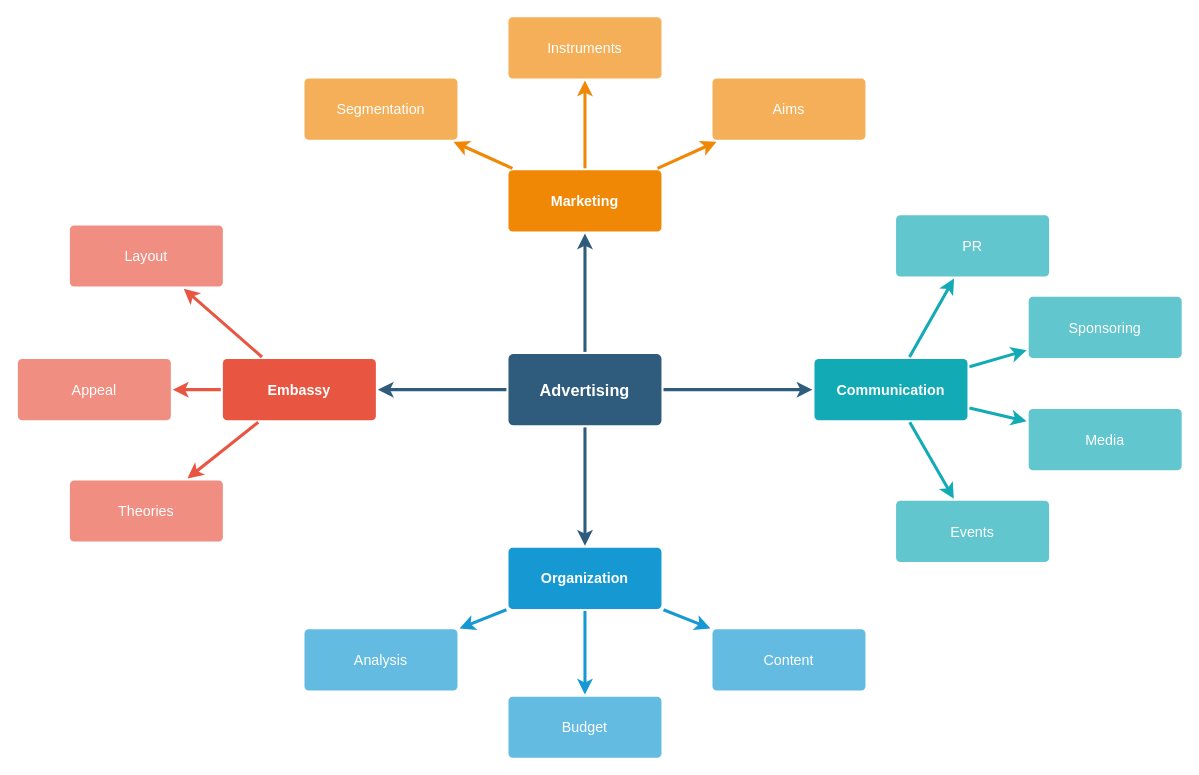
Before: ComiCoin.drawio in AnatoliyPetukh/Lessons, a draw.io diagram. Source tidied: cells renumbered, new cells numbered last; positions are measured from the earlier drawing's top-left corner, leaving out a move shared by most shapes. Both pictures are drawn from the tidied source at 102%, with x=0, y=0 at pixel (17, 16).
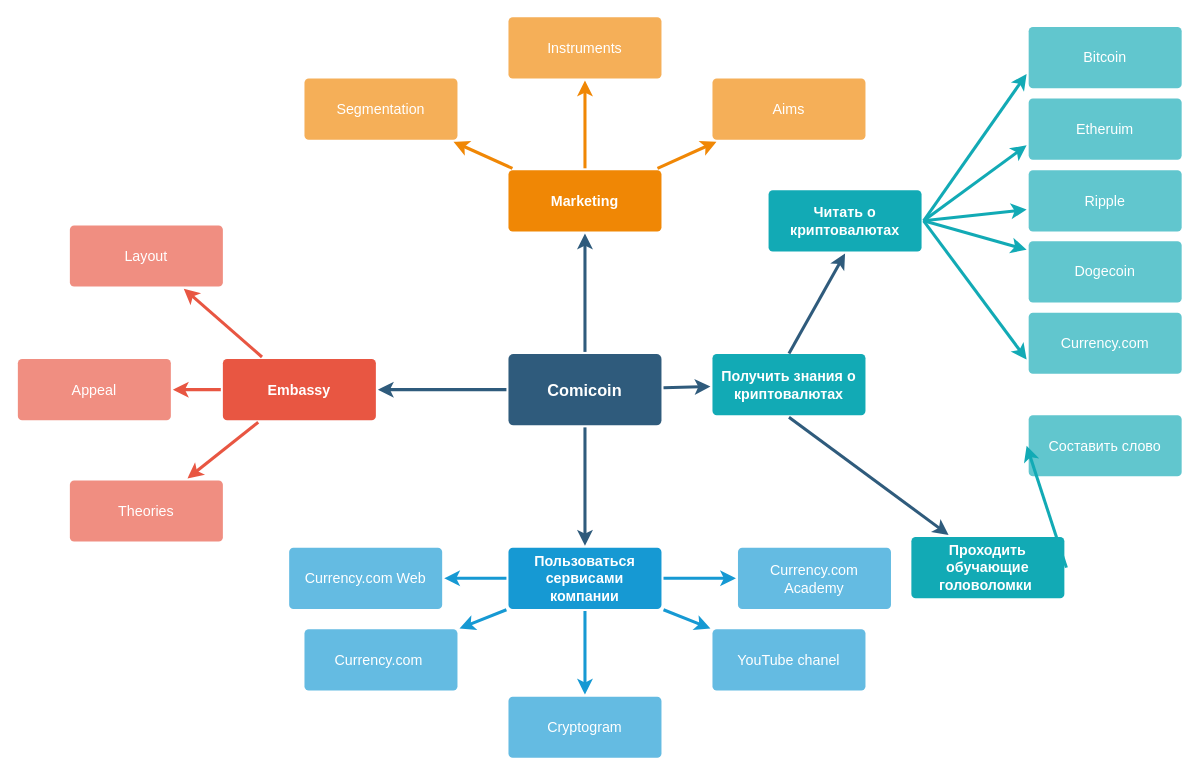
After the change.

What changed in the source:
```diff
@@
-    <mxCell id="6" value="Advertising" style="rounded=1;whiteSpace=wrap;html=1;shadow=0;labelBackgroundColor=none;strokeColor=none;strokeWidth=3;fillColor=#2F5B7C;fontFamily=Helvetica;fontSize=16;fontColor=#FFFFFF;align=center;fontStyle=1;spacing=5;arcSize=7;perimeterSpacing=2;" parent="1" vertex="1">
+    <mxCell id="6" value="Comicoin" style="rounded=1;whiteSpace=wrap;html=1;shadow=0;labelBackgroundColor=none;strokeColor=none;strokeWidth=3;fillColor=#2F5B7C;fontFamily=Helvetica;fontSize=16;fontColor=#FFFFFF;align=center;fontStyle=1;spacing=5;arcSize=7;perimeterSpacing=2;" parent="1" vertex="1">
       <mxGeometry x="481" y="330.5" width="150" height="70" as="geometry" />
     </mxCell>
@@
-    <mxCell id="17" value="Organization" style="rounded=1;whiteSpace=wrap;html=1;shadow=0;labelBackgroundColor=none;strokeColor=none;strokeWidth=3;fillColor=#1699d3;fontFamily=Helvetica;fontSize=14;fontColor=#FFFFFF;align=center;spacing=5;fontStyle=1;arcSize=7;perimeterSpacing=2;" parent="1" vertex="1">
+    <mxCell id="17" value="Пользоваться сервисами компании" style="rounded=1;whiteSpace=wrap;html=1;shadow=0;labelBackgroundColor=none;strokeColor=none;strokeWidth=3;fillColor=#1699d3;fontFamily=Helvetica;fontSize=14;fontColor=#FFFFFF;align=center;spacing=5;fontStyle=1;arcSize=7;perimeterSpacing=2;" parent="1" vertex="1">
       <mxGeometry x="481" y="520.5" width="150" height="60" as="geometry" />
     </mxCell>
-    <mxCell id="18" value="Content" style="rounded=1;whiteSpace=wrap;html=1;shadow=0;labelBackgroundColor=none;strokeColor=none;strokeWidth=3;fillColor=#64bbe2;fontFamily=Helvetica;fontSize=14;fontColor=#FFFFFF;align=center;spacing=5;arcSize=7;perimeterSpacing=2;" parent="1" vertex="1">
+    <mxCell id="18" value="YouTube chanel" style="rounded=1;whiteSpace=wrap;html=1;shadow=0;labelBackgroundColor=none;strokeColor=none;strokeWidth=3;fillColor=#64bbe2;fontFamily=Helvetica;fontSize=14;fontColor=#FFFFFF;align=center;spacing=5;arcSize=7;perimeterSpacing=2;" parent="1" vertex="1">
       <mxGeometry x="681" y="600.5" width="150" height="60" as="geometry" />
     </mxCell>
-    <mxCell id="19" value="Budget" style="rounded=1;whiteSpace=wrap;html=1;shadow=0;labelBackgroundColor=none;strokeColor=none;strokeWidth=3;fillColor=#64bbe2;fontFamily=Helvetica;fontSize=14;fontColor=#FFFFFF;align=center;spacing=5;arcSize=7;perimeterSpacing=2;" parent="1" vertex="1">
+    <mxCell id="19" value="Cryptogram" style="rounded=1;whiteSpace=wrap;html=1;shadow=0;labelBackgroundColor=none;strokeColor=none;strokeWidth=3;fillColor=#64bbe2;fontFamily=Helvetica;fontSize=14;fontColor=#FFFFFF;align=center;spacing=5;arcSize=7;perimeterSpacing=2;" parent="1" vertex="1">
       <mxGeometry x="481" y="666.5" width="150" height="60" as="geometry" />
     </mxCell>
-    <mxCell id="20" value="Analysis" style="rounded=1;whiteSpace=wrap;html=1;shadow=0;labelBackgroundColor=none;strokeColor=none;strokeWidth=3;fillColor=#64bbe2;fontFamily=Helvetica;fontSize=14;fontColor=#FFFFFF;align=center;spacing=5;arcSize=7;perimeterSpacing=2;" parent="1" vertex="1">
+    <mxCell id="20" value="Currency.com&amp;nbsp;" style="rounded=1;whiteSpace=wrap;html=1;shadow=0;labelBackgroundColor=none;strokeColor=none;strokeWidth=3;fillColor=#64bbe2;fontFamily=Helvetica;fontSize=14;fontColor=#FFFFFF;align=center;spacing=5;arcSize=7;perimeterSpacing=2;" parent="1" vertex="1">
       <mxGeometry x="281" y="600.5" width="150" height="60" as="geometry" />
     </mxCell>
@@
-    <mxCell id="28" value="Communication" style="rounded=1;whiteSpace=wrap;html=1;shadow=0;labelBackgroundColor=none;strokeColor=none;strokeWidth=3;fillColor=#12aab5;fontFamily=Helvetica;fontSize=14;fontColor=#FFFFFF;align=center;spacing=5;fontStyle=1;arcSize=7;perimeterSpacing=2;" parent="1" vertex="1">
-      <mxGeometry x="781" y="335.5" width="150" height="60" as="geometry" />
+    <mxCell id="28" value="Получить знания о криптовалютах" style="rounded=1;whiteSpace=wrap;html=1;shadow=0;labelBackgroundColor=none;strokeColor=none;strokeWidth=3;fillColor=#12aab5;fontFamily=Helvetica;fontSize=14;fontColor=#FFFFFF;align=center;spacing=5;fontStyle=1;arcSize=7;perimeterSpacing=2;" parent="1" vertex="1">
+      <mxGeometry x="681" y="330.5" width="150" height="60" as="geometry" />
     </mxCell>
-    <mxCell id="29" value="Events" style="rounded=1;whiteSpace=wrap;html=1;shadow=0;labelBackgroundColor=none;strokeColor=none;strokeWidth=3;fillColor=#61c6ce;fontFamily=Helvetica;fontSize=14;fontColor=#FFFFFF;align=center;spacing=5;fontStyle=0;arcSize=7;perimeterSpacing=2;" parent="1" vertex="1">
-      <mxGeometry x="861" y="474.5" width="150" height="60" as="geometry" />
+    <mxCell id="29" value="Dogecoin" style="rounded=1;whiteSpace=wrap;html=1;shadow=0;labelBackgroundColor=none;strokeColor=none;strokeWidth=3;fillColor=#61c6ce;fontFamily=Helvetica;fontSize=14;fontColor=#FFFFFF;align=center;spacing=5;fontStyle=0;arcSize=7;perimeterSpacing=2;" parent="1" vertex="1">
+      <mxGeometry x="991" y="220" width="150" height="60" as="geometry" />
     </mxCell>
-    <mxCell id="30" style="edgeStyle=none;rounded=1;jumpStyle=none;html=1;shadow=0;labelBackgroundColor=none;startArrow=none;startFill=0;jettySize=auto;strokeColor=#12AAB5;strokeWidth=3;fontFamily=Helvetica;fontSize=14;fontColor=#FFFFFF;spacing=5;fontStyle=1;fillColor=#b0e3e6;" parent="1" edge="1" source="28" target="29">
+    <mxCell id="30" style="edgeStyle=none;rounded=1;jumpStyle=none;html=1;shadow=0;labelBackgroundColor=none;startArrow=none;startFill=0;jettySize=auto;strokeColor=#12AAB5;strokeWidth=3;fontFamily=Helvetica;fontSize=14;fontColor=#FFFFFF;spacing=5;fontStyle=1;fillColor=#b0e3e6;exitX=1;exitY=0.5;exitDx=0;exitDy=0;" parent="1" edge="1" source="42" target="29">
       <mxGeometry relative="1" as="geometry" />
     </mxCell>
-    <mxCell id="31" value="Media" style="rounded=1;whiteSpace=wrap;html=1;shadow=0;labelBackgroundColor=none;strokeColor=none;strokeWidth=3;fillColor=#61c6ce;fontFamily=Helvetica;fontSize=14;fontColor=#FFFFFF;align=center;spacing=5;fontStyle=0;arcSize=7;perimeterSpacing=2;" parent="1" vertex="1">
-      <mxGeometry x="991" y="384.5" width="150" height="60" as="geometry" />
+    <mxCell id="31" value="Ripple" style="rounded=1;whiteSpace=wrap;html=1;shadow=0;labelBackgroundColor=none;strokeColor=none;strokeWidth=3;fillColor=#61c6ce;fontFamily=Helvetica;fontSize=14;fontColor=#FFFFFF;align=center;spacing=5;fontStyle=0;arcSize=7;perimeterSpacing=2;" parent="1" vertex="1">
+      <mxGeometry x="991" y="150.5" width="150" height="60" as="geometry" />
     </mxCell>
-    <mxCell id="32" style="edgeStyle=none;rounded=1;jumpStyle=none;html=1;shadow=0;labelBackgroundColor=none;startArrow=none;startFill=0;jettySize=auto;strokeColor=#12AAB5;strokeWidth=3;fontFamily=Helvetica;fontSize=14;fontColor=#FFFFFF;spacing=5;fontStyle=1;fillColor=#b0e3e6;" parent="1" edge="1" source="28" target="31">
+    <mxCell id="32" style="edgeStyle=none;rounded=1;jumpStyle=none;html=1;shadow=0;labelBackgroundColor=none;startArrow=none;startFill=0;jettySize=auto;strokeColor=#12AAB5;strokeWidth=3;fontFamily=Helvetica;fontSize=14;fontColor=#FFFFFF;spacing=5;fontStyle=1;fillColor=#b0e3e6;exitX=1;exitY=0.5;exitDx=0;exitDy=0;" parent="1" edge="1" source="42" target="31">
       <mxGeometry relative="1" as="geometry" />
     </mxCell>
-    <mxCell id="33" value="Sponsoring" style="rounded=1;whiteSpace=wrap;html=1;shadow=0;labelBackgroundColor=none;strokeColor=none;strokeWidth=3;fillColor=#61c6ce;fontFamily=Helvetica;fontSize=14;fontColor=#FFFFFF;align=center;spacing=5;fontStyle=0;arcSize=7;perimeterSpacing=2;" parent="1" vertex="1">
-      <mxGeometry x="991" y="274.5" width="150" height="60" as="geometry" />
+    <mxCell id="33" value="Etheruim" style="rounded=1;whiteSpace=wrap;html=1;shadow=0;labelBackgroundColor=none;strokeColor=none;strokeWidth=3;fillColor=#61c6ce;fontFamily=Helvetica;fontSize=14;fontColor=#FFFFFF;align=center;spacing=5;fontStyle=0;arcSize=7;perimeterSpacing=2;" parent="1" vertex="1">
+      <mxGeometry x="991" y="80" width="150" height="60" as="geometry" />
     </mxCell>
-    <mxCell id="34" style="edgeStyle=none;rounded=1;jumpStyle=none;html=1;shadow=0;labelBackgroundColor=none;startArrow=none;startFill=0;jettySize=auto;strokeColor=#12AAB5;strokeWidth=3;fontFamily=Helvetica;fontSize=14;fontColor=#FFFFFF;spacing=5;fontStyle=1;fillColor=#b0e3e6;" parent="1" edge="1" source="28" target="33">
+    <mxCell id="34" style="edgeStyle=none;rounded=1;jumpStyle=none;html=1;shadow=0;labelBackgroundColor=none;startArrow=none;startFill=0;jettySize=auto;strokeColor=#12AAB5;strokeWidth=3;fontFamily=Helvetica;fontSize=14;fontColor=#FFFFFF;spacing=5;fontStyle=1;fillColor=#b0e3e6;entryX=0;entryY=0.75;entryDx=0;entryDy=0;exitX=1;exitY=0.5;exitDx=0;exitDy=0;" parent="1" edge="1" source="42" target="33">
       <mxGeometry relative="1" as="geometry" />
     </mxCell>
-    <mxCell id="35" value="PR" style="rounded=1;whiteSpace=wrap;html=1;shadow=0;labelBackgroundColor=none;strokeColor=none;strokeWidth=3;fillColor=#61c6ce;fontFamily=Helvetica;fontSize=14;fontColor=#FFFFFF;align=center;spacing=5;fontStyle=0;arcSize=7;perimeterSpacing=2;" parent="1" vertex="1">
-      <mxGeometry x="861" y="194.5" width="150" height="60" as="geometry" />
+    <mxCell id="35" value="Bitcoin" style="rounded=1;whiteSpace=wrap;html=1;shadow=0;labelBackgroundColor=none;strokeColor=none;strokeWidth=3;fillColor=#61c6ce;fontFamily=Helvetica;fontSize=14;fontColor=#FFFFFF;align=center;spacing=5;fontStyle=0;arcSize=7;perimeterSpacing=2;" parent="1" vertex="1">
+      <mxGeometry x="991" y="10" width="150" height="60" as="geometry" />
     </mxCell>
-    <mxCell id="36" style="edgeStyle=none;rounded=1;jumpStyle=none;html=1;shadow=0;labelBackgroundColor=none;startArrow=none;startFill=0;jettySize=auto;strokeColor=#12AAB5;strokeWidth=3;fontFamily=Helvetica;fontSize=14;fontColor=#FFFFFF;spacing=5;fontStyle=1;fillColor=#b0e3e6;" parent="1" edge="1" source="28" target="35">
+    <mxCell id="36" style="edgeStyle=none;rounded=1;jumpStyle=none;html=1;shadow=0;labelBackgroundColor=none;startArrow=none;startFill=0;jettySize=auto;strokeColor=#12AAB5;strokeWidth=3;fontFamily=Helvetica;fontSize=14;fontColor=#FFFFFF;spacing=5;fontStyle=1;fillColor=#b0e3e6;exitX=1;exitY=0.5;exitDx=0;exitDy=0;entryX=0;entryY=0.75;entryDx=0;entryDy=0;" parent="1" edge="1" source="42" target="35">
       <mxGeometry relative="1" as="geometry" />
     </mxCell>
+    <mxCell id="37" value="Currency.com" style="rounded=1;whiteSpace=wrap;html=1;shadow=0;labelBackgroundColor=none;strokeColor=none;strokeWidth=3;fillColor=#61c6ce;fontFamily=Helvetica;fontSize=14;fontColor=#FFFFFF;align=center;spacing=5;fontStyle=0;arcSize=7;perimeterSpacing=2;" parent="1" vertex="1">
+      <mxGeometry x="991" y="290" width="150" height="60" as="geometry" />
+    </mxCell>
+    <mxCell id="38" style="rounded=1;jumpStyle=none;html=1;shadow=0;labelBackgroundColor=none;startArrow=none;startFill=0;jettySize=auto;strokeColor=#12AAB5;strokeWidth=3;fontFamily=Helvetica;fontSize=14;fontColor=#FFFFFF;spacing=5;fontStyle=1;fillColor=#b0e3e6;entryX=0;entryY=0.75;entryDx=0;entryDy=0;exitX=1;exitY=0.5;exitDx=0;exitDy=0;" parent="1" edge="1" source="42" target="37">
+      <mxGeometry relative="1" as="geometry" />
+    </mxCell>
+    <mxCell id="39" style="edgeStyle=none;rounded=0;jumpStyle=none;html=1;shadow=0;labelBackgroundColor=none;startArrow=none;startFill=0;endArrow=classic;endFill=1;jettySize=auto;strokeColor=#2F5B7C;strokeWidth=3;fontFamily=Helvetica;fontSize=16;fontColor=#23445D;spacing=5;entryX=0.25;entryY=0;entryDx=0;entryDy=0;exitX=0.5;exitY=1;exitDx=0;exitDy=0;" parent="1" edge="1" source="28" target="43">
+      <mxGeometry relative="1" as="geometry" />
+    </mxCell>
+    <mxCell id="40" value="Составить слово" style="rounded=1;whiteSpace=wrap;html=1;shadow=0;labelBackgroundColor=none;strokeColor=none;strokeWidth=3;fillColor=#61c6ce;fontFamily=Helvetica;fontSize=14;fontColor=#FFFFFF;align=center;spacing=5;fontStyle=0;arcSize=7;perimeterSpacing=2;" parent="1" vertex="1">
+      <mxGeometry x="991" y="390.5" width="150" height="60" as="geometry" />
+    </mxCell>
+    <mxCell id="41" style="rounded=1;jumpStyle=none;html=1;shadow=0;labelBackgroundColor=none;startArrow=none;startFill=0;jettySize=auto;strokeColor=#12AAB5;strokeWidth=3;fontFamily=Helvetica;fontSize=14;fontColor=#FFFFFF;spacing=5;fontStyle=1;fillColor=#b0e3e6;entryX=0;entryY=0.5;entryDx=0;entryDy=0;exitX=1;exitY=0.5;exitDx=0;exitDy=0;" parent="1" edge="1" source="43" target="40">
+      <mxGeometry relative="1" as="geometry" />
+    </mxCell>
+    <mxCell id="42" value="Читать о криптовалютах" style="rounded=1;whiteSpace=wrap;html=1;shadow=0;labelBackgroundColor=none;strokeColor=none;strokeWidth=3;fillColor=#12aab5;fontFamily=Helvetica;fontSize=14;fontColor=#FFFFFF;align=center;spacing=5;fontStyle=1;arcSize=7;perimeterSpacing=2;" parent="1" vertex="1">
+      <mxGeometry x="736" y="170" width="150" height="60" as="geometry" />
+    </mxCell>
+    <mxCell id="43" value="Проходить обучающие головоломки&amp;nbsp;" style="rounded=1;whiteSpace=wrap;html=1;shadow=0;labelBackgroundColor=none;strokeColor=none;strokeWidth=3;fillColor=#12aab5;fontFamily=Helvetica;fontSize=14;fontColor=#FFFFFF;align=center;spacing=5;fontStyle=1;arcSize=7;perimeterSpacing=2;" parent="1" vertex="1">
+      <mxGeometry x="876" y="510" width="150" height="60" as="geometry" />
+    </mxCell>
+    <mxCell id="44" style="edgeStyle=none;rounded=0;jumpStyle=none;html=1;shadow=0;labelBackgroundColor=none;startArrow=none;startFill=0;endArrow=classic;endFill=1;jettySize=auto;strokeColor=#2F5B7C;strokeWidth=3;fontFamily=Helvetica;fontSize=16;fontColor=#23445D;spacing=5;entryX=0.5;entryY=1;entryDx=0;entryDy=0;" parent="1" edge="1" target="42">
+      <mxGeometry relative="1" as="geometry">
+        <mxPoint x="756" y="330" as="sourcePoint" />
+      </mxGeometry>
+    </mxCell>
+    <mxCell id="45" style="edgeStyle=none;rounded=0;orthogonalLoop=1;jettySize=auto;html=1;exitX=0.25;exitY=1;exitDx=0;exitDy=0;" parent="1" edge="1" source="33" target="33">
+      <mxGeometry relative="1" as="geometry" />
+    </mxCell>
+    <mxCell id="46" value="Currency.com Academy" style="rounded=1;whiteSpace=wrap;html=1;shadow=0;labelBackgroundColor=none;strokeColor=none;strokeWidth=3;fillColor=#64bbe2;fontFamily=Helvetica;fontSize=14;fontColor=#FFFFFF;align=center;spacing=5;arcSize=7;perimeterSpacing=2;" parent="1" vertex="1">
+      <mxGeometry x="706" y="520.5" width="150" height="60" as="geometry" />
+    </mxCell>
+    <mxCell id="47" value="Currency.com Web" style="rounded=1;whiteSpace=wrap;html=1;shadow=0;labelBackgroundColor=none;strokeColor=none;strokeWidth=3;fillColor=#64bbe2;fontFamily=Helvetica;fontSize=14;fontColor=#FFFFFF;align=center;spacing=5;arcSize=7;perimeterSpacing=2;" parent="1" vertex="1">
+      <mxGeometry x="266" y="520.5" width="150" height="60" as="geometry" />
+    </mxCell>
+    <mxCell id="48" style="edgeStyle=none;rounded=0;jumpStyle=none;html=1;shadow=0;labelBackgroundColor=none;startArrow=none;startFill=0;endArrow=classic;endFill=1;jettySize=auto;strokeColor=#1699D3;strokeWidth=3;fontFamily=Helvetica;fontSize=14;fontColor=#FFFFFF;spacing=5;entryX=1;entryY=0.5;entryDx=0;entryDy=0;exitX=0;exitY=0.5;exitDx=0;exitDy=0;" parent="1" edge="1" source="17" target="47">
+      <mxGeometry relative="1" as="geometry" />
+    </mxCell>
+    <mxCell id="49" style="edgeStyle=none;rounded=0;jumpStyle=none;html=1;shadow=0;labelBackgroundColor=none;startArrow=none;startFill=0;endArrow=classic;endFill=1;jettySize=auto;strokeColor=#1699D3;strokeWidth=3;fontFamily=Helvetica;fontSize=14;fontColor=#FFFFFF;spacing=5;entryX=0;entryY=0.5;entryDx=0;entryDy=0;exitX=1;exitY=0.5;exitDx=0;exitDy=0;" parent="1" edge="1" source="17" target="46">
+      <mxGeometry relative="1" as="geometry" />
+    </mxCell>
```
